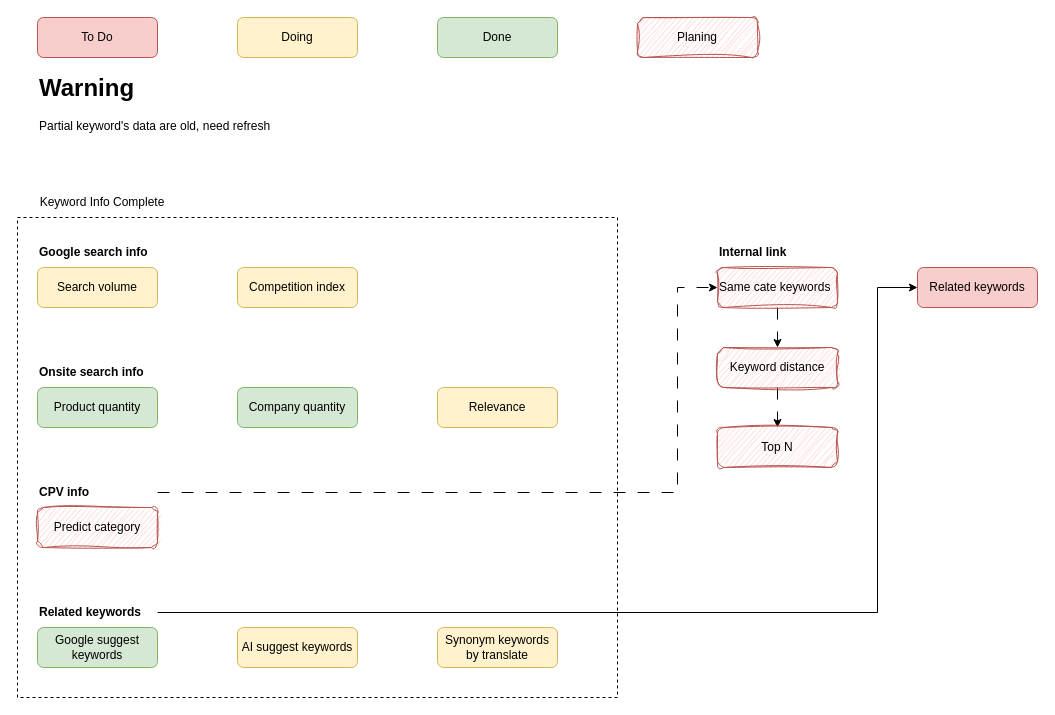
This is drawio/keyword_optimize.drawio from VisableHarry/seo-drawio, a draw.io file, before an edit. Source tidied: cells renumbered, new cells numbered last; positions are measured from the earlier drawing's top-left corner, leaving out a move shared by most shapes. Both pictures are drawn from the tidied source at 100%, with x=0, y=0 at pixel (17, 17).
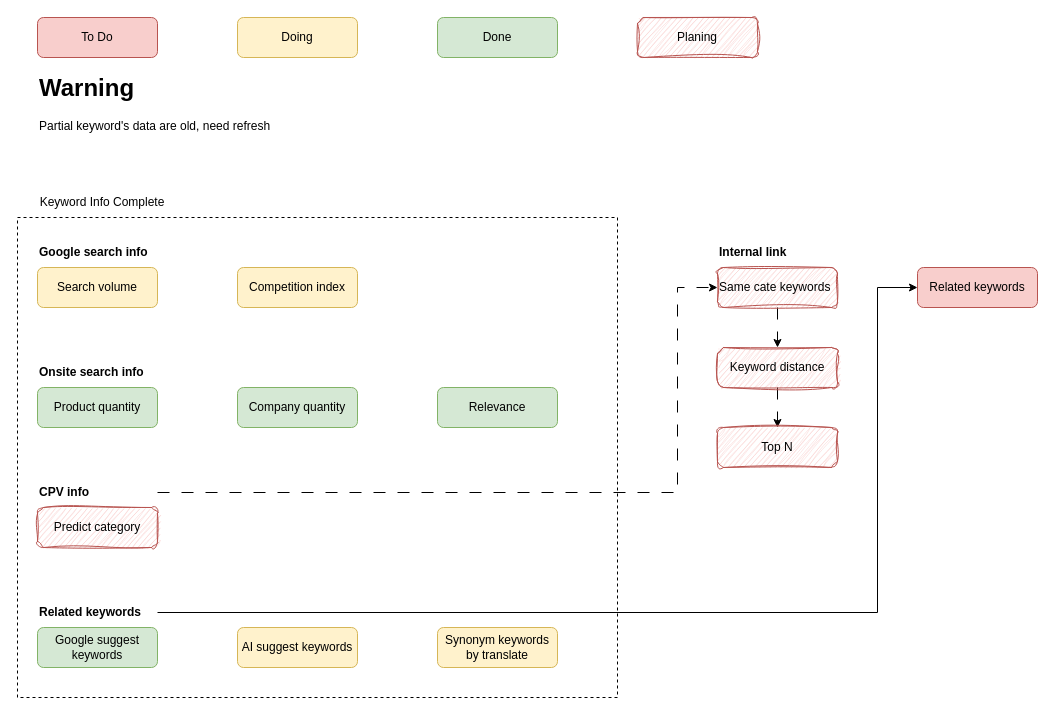
The same diagram, later.

The edit, as a diff of the source:
```diff
@@
-    <mxCell id="17" value="Relevance" style="rounded=1;whiteSpace=wrap;html=1;fillColor=#fff2cc;strokeColor=#d6b656;" parent="1" vertex="1">
+    <mxCell id="17" value="Relevance" style="rounded=1;whiteSpace=wrap;html=1;fillColor=#d5e8d4;strokeColor=#82b366;" parent="1" vertex="1">
       <mxGeometry x="420" y="370" width="120" height="40" as="geometry" />
     </mxCell>
```
